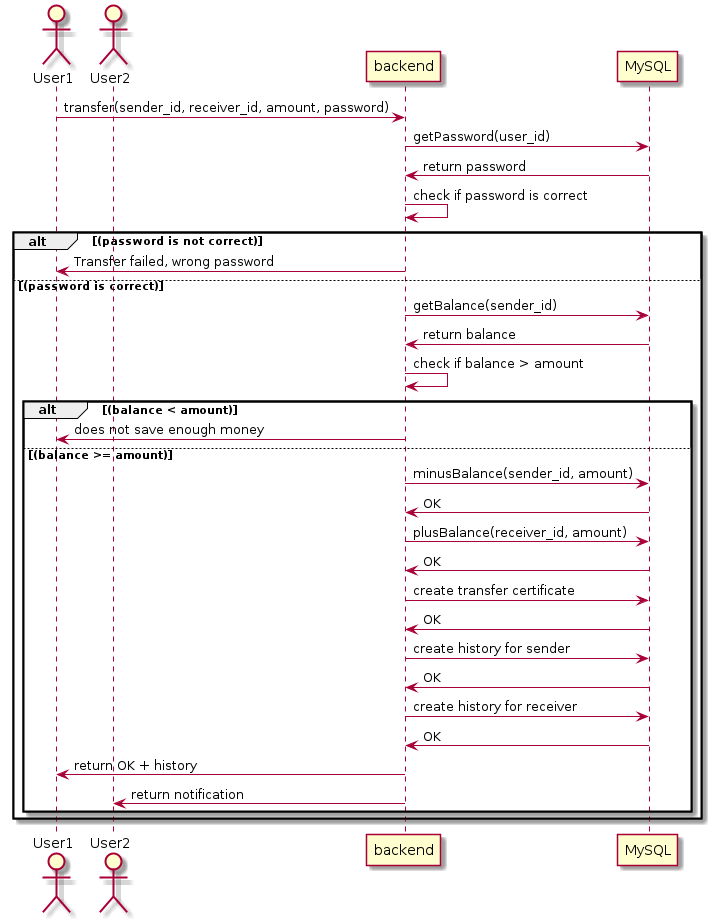
Above: images/sequence-diagram/fintech/transfer.png in minhduc2803/Snail-App (PlantUML), before the change.
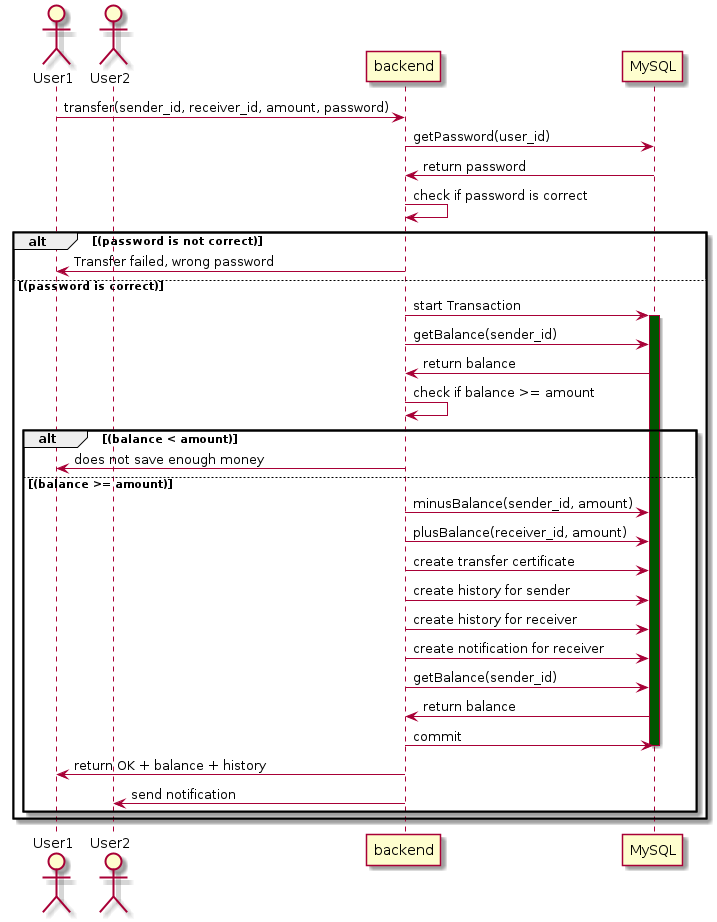
After the commit.

The edit, as a diff of the source:
```diff
@@ -9,25 +9,34 @@
     "backend" -> User1 : Transfer failed, wrong password
     else (password is correct)
 
+
+    "backend" -> "MySQL": start Transaction
+    activate "MySQL" #005500
     "backend" -> "MySQL" : getBalance(sender_id)
     "MySQL" -> "backend" : return balance
-    "backend" -> "backend" : check if balance > amount
+    "backend" -> "backend" : check if balance >= amount
     alt (balance < amount)
     "backend" -> User1 : does not save enough money
 
     else (balance >= amount)
     "backend" -> "MySQL" : minusBalance(sender_id, amount)
-    "MySQL" -> "backend" : OK
+
     "backend" -> "MySQL" : plusBalance(receiver_id, amount)
-    "MySQL" -> "backend" : OK
+
     "backend" -> "MySQL" : create transfer certificate
-    "MySQL" -> "backend" : OK
+
     "backend" -> "MySQL" : create history for sender
-    "MySQL" -> "backend" : OK
+
     "backend" -> "MySQL" : create history for receiver
-    "MySQL" -> "backend" : OK
-    "backend" -> User1 : return OK + history
-    "backend" -> User2 : return notification
+
+    "backend" -> "MySQL" : create notification for receiver
+
+    "backend" -> "MySQL" : getBalance(sender_id)
+    "MySQL" -> "backend" : return balance
+    "backend" -> "MySQL" : commit
+    deactivate "MySQL"
+    "backend" -> User1 : return OK + balance + history
+    "backend" -> User2 : send notification
     end
     end
 @enduml
```
